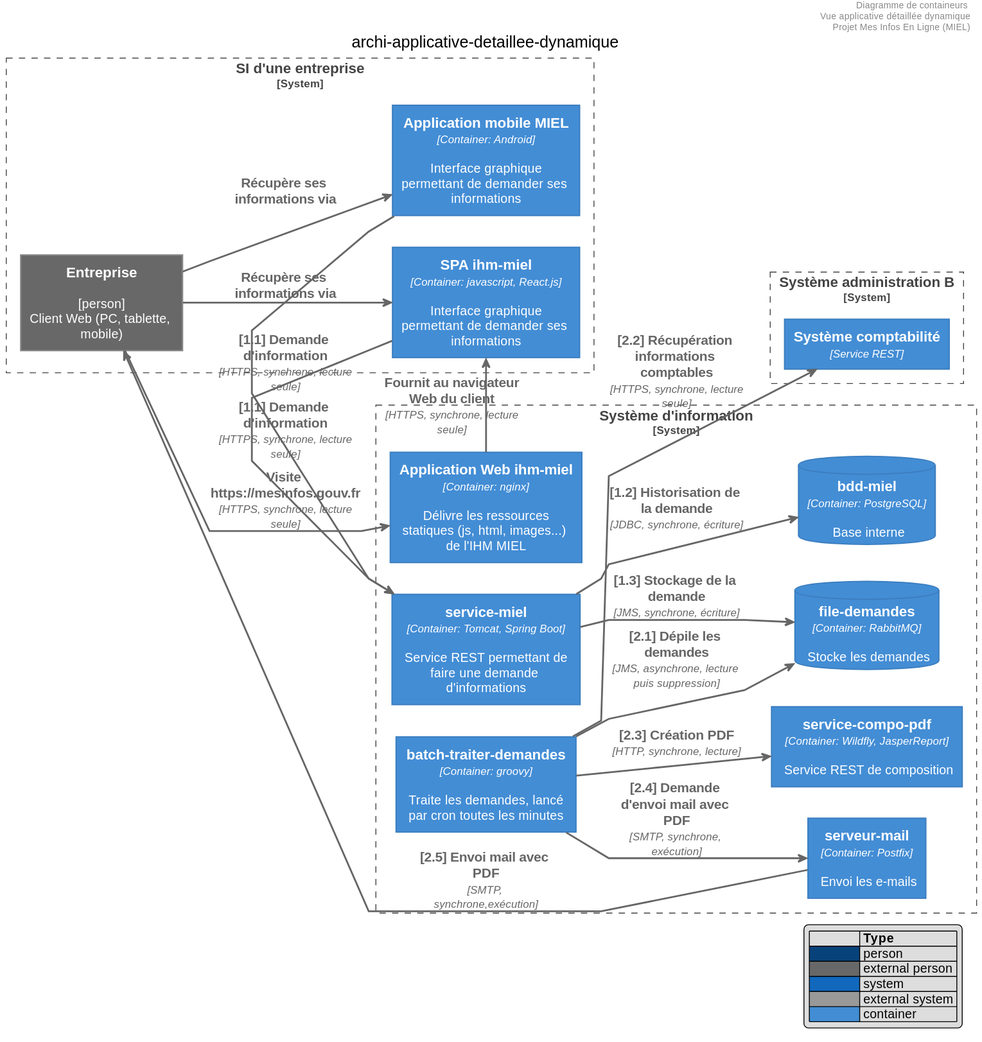
The PlantUML diagram diagrammes/archi-applicative-detaillee-dynamique.svg in bflorat/modele-da, before a commit.
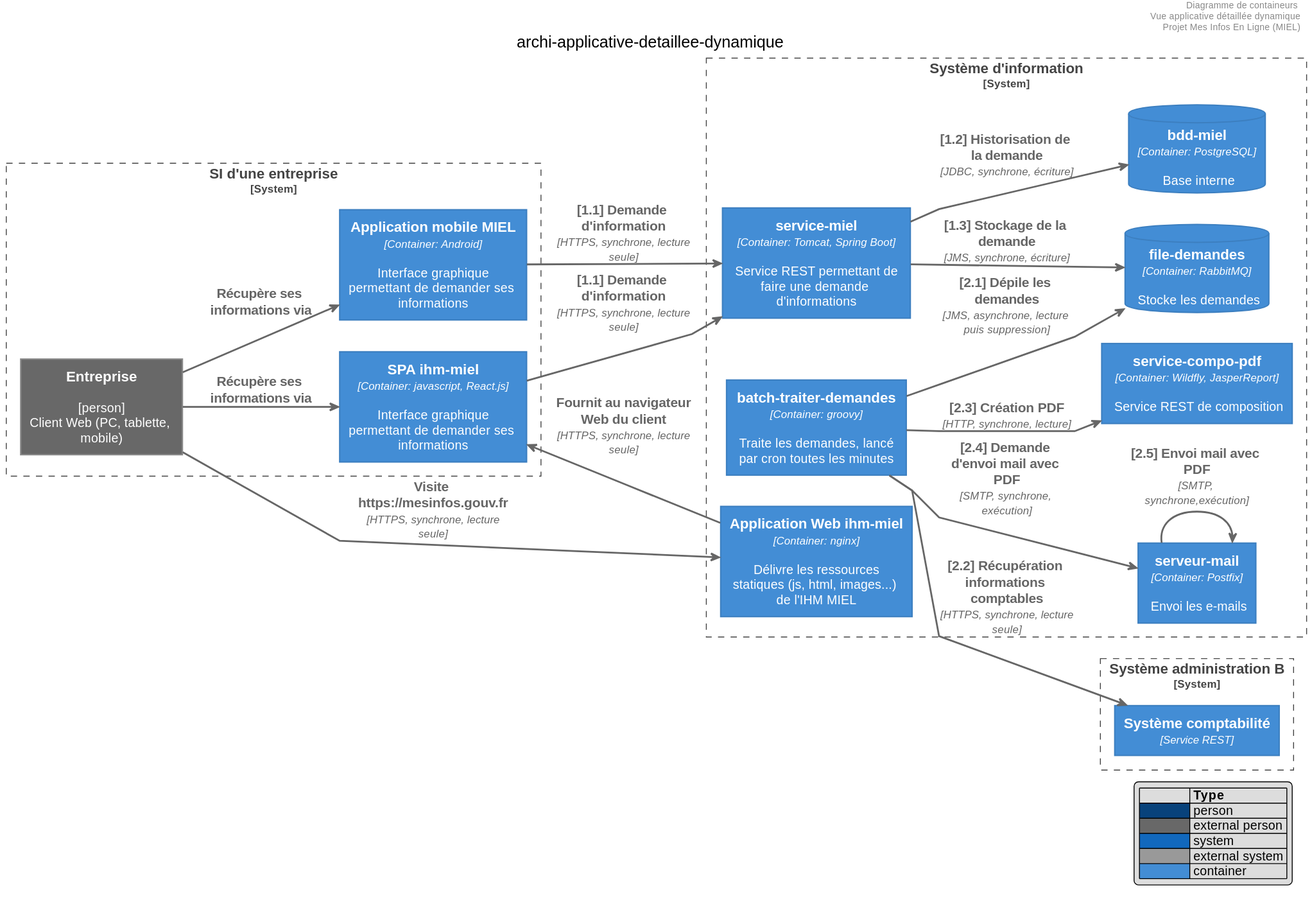
Above is the later version.

Commit message:
fix: chemin vers diagram

What changed in the source:
```diff
@@ -14,6 +14,6 @@
 Rel(batch, scompta, "[2.2] Récupération informations comptables","HTTPS, synchrone, lecture seule")
 Rel(batch, compo, "[2.3] Création PDF","HTTP, synchrone, lecture")
 Rel(batch, smails, "[2.4] Demande d'envoi mail avec PDF","SMTP, synchrone, exécution")
-Rel(smails, entreprise, "[2.5] Envoi mail avec PDF","SMTP, synchrone,exécution")
+Rel(smails, smails, "[2.5] Envoi mail avec PDF","SMTP, synchrone,exécution")
 
 @enduml
```
